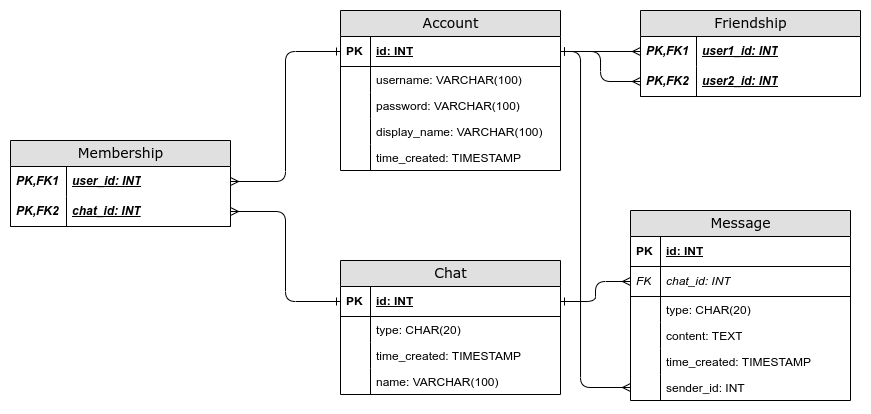
Above: Design/database/database-schema.png in vietnq2291/network-programming-project-20222 (draw.io), before the change. Source tidied: cells renumbered, new cells last; positions are measured from the earlier drawing's top-left corner, leaving out a move shared by most shapes.
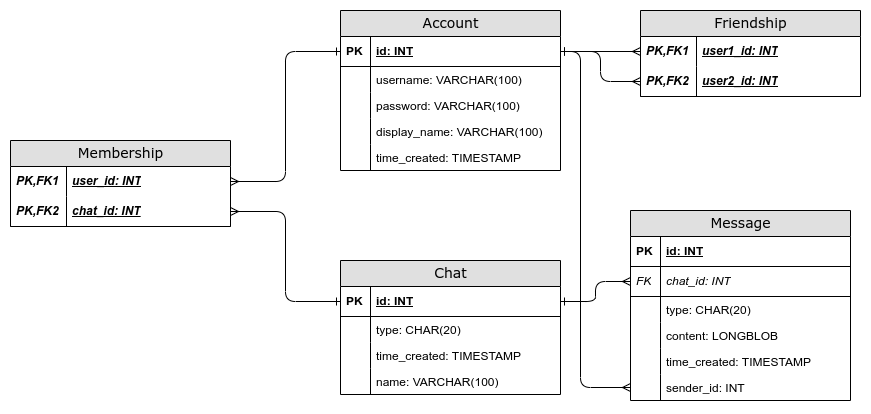
Later version of the same file.

Change to the diagram source:
```diff
@@ -71,7 +71,7 @@
     <mxCell id="24" style="shape=partialRectangle;top=0;left=0;bottom=0;html=1;fillColor=none;align=left;verticalAlign=top;spacingLeft=4;spacingRight=4;whiteSpace=wrap;overflow=hidden;" parent="23" vertex="1">
       <mxGeometry width="30" height="26" as="geometry" />
     </mxCell>
-    <mxCell id="25" value="content: TEXT" style="shape=partialRectangle;top=0;left=0;right=0;bottom=0;html=1;align=left;verticalAlign=top;fillColor=none;spacingLeft=34;spacingRight=4;whiteSpace=wrap;overflow=hidden;" parent="18" vertex="1">
+    <mxCell id="25" value="content: LONGBLOB" style="shape=partialRectangle;top=0;left=0;right=0;bottom=0;html=1;align=left;verticalAlign=top;fillColor=none;spacingLeft=34;spacingRight=4;whiteSpace=wrap;overflow=hidden;" parent="18" vertex="1">
       <mxGeometry y="112" width="220" height="26" as="geometry" />
     </mxCell>
     <mxCell id="26" style="shape=partialRectangle;top=0;left=0;bottom=0;html=1;fillColor=none;align=left;verticalAlign=top;spacingLeft=4;spacingRight=4;whiteSpace=wrap;overflow=hidden;" parent="25" vertex="1">
```
